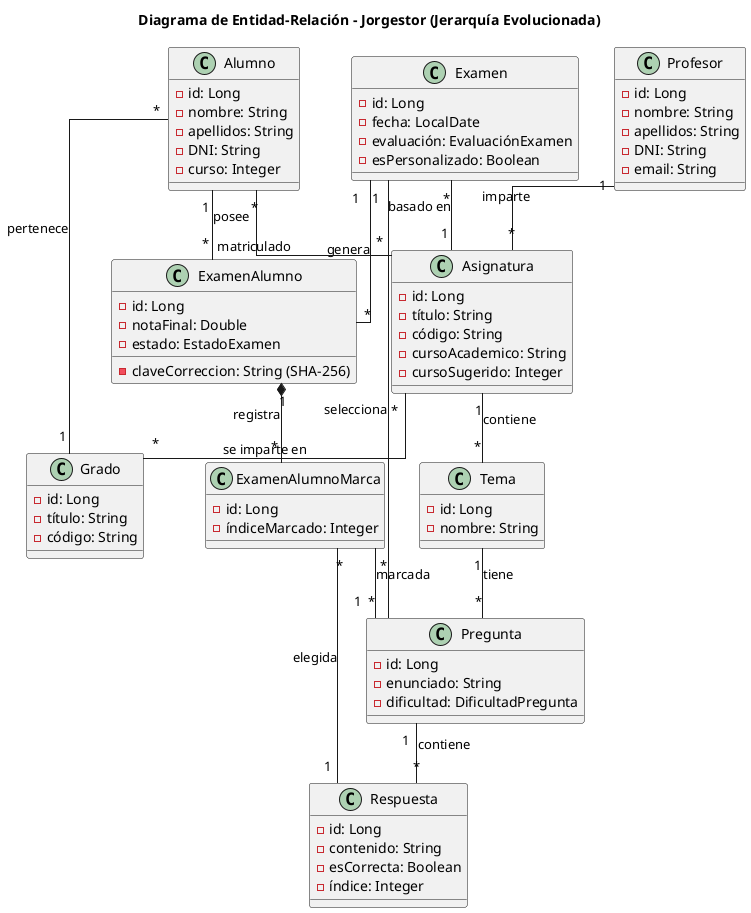
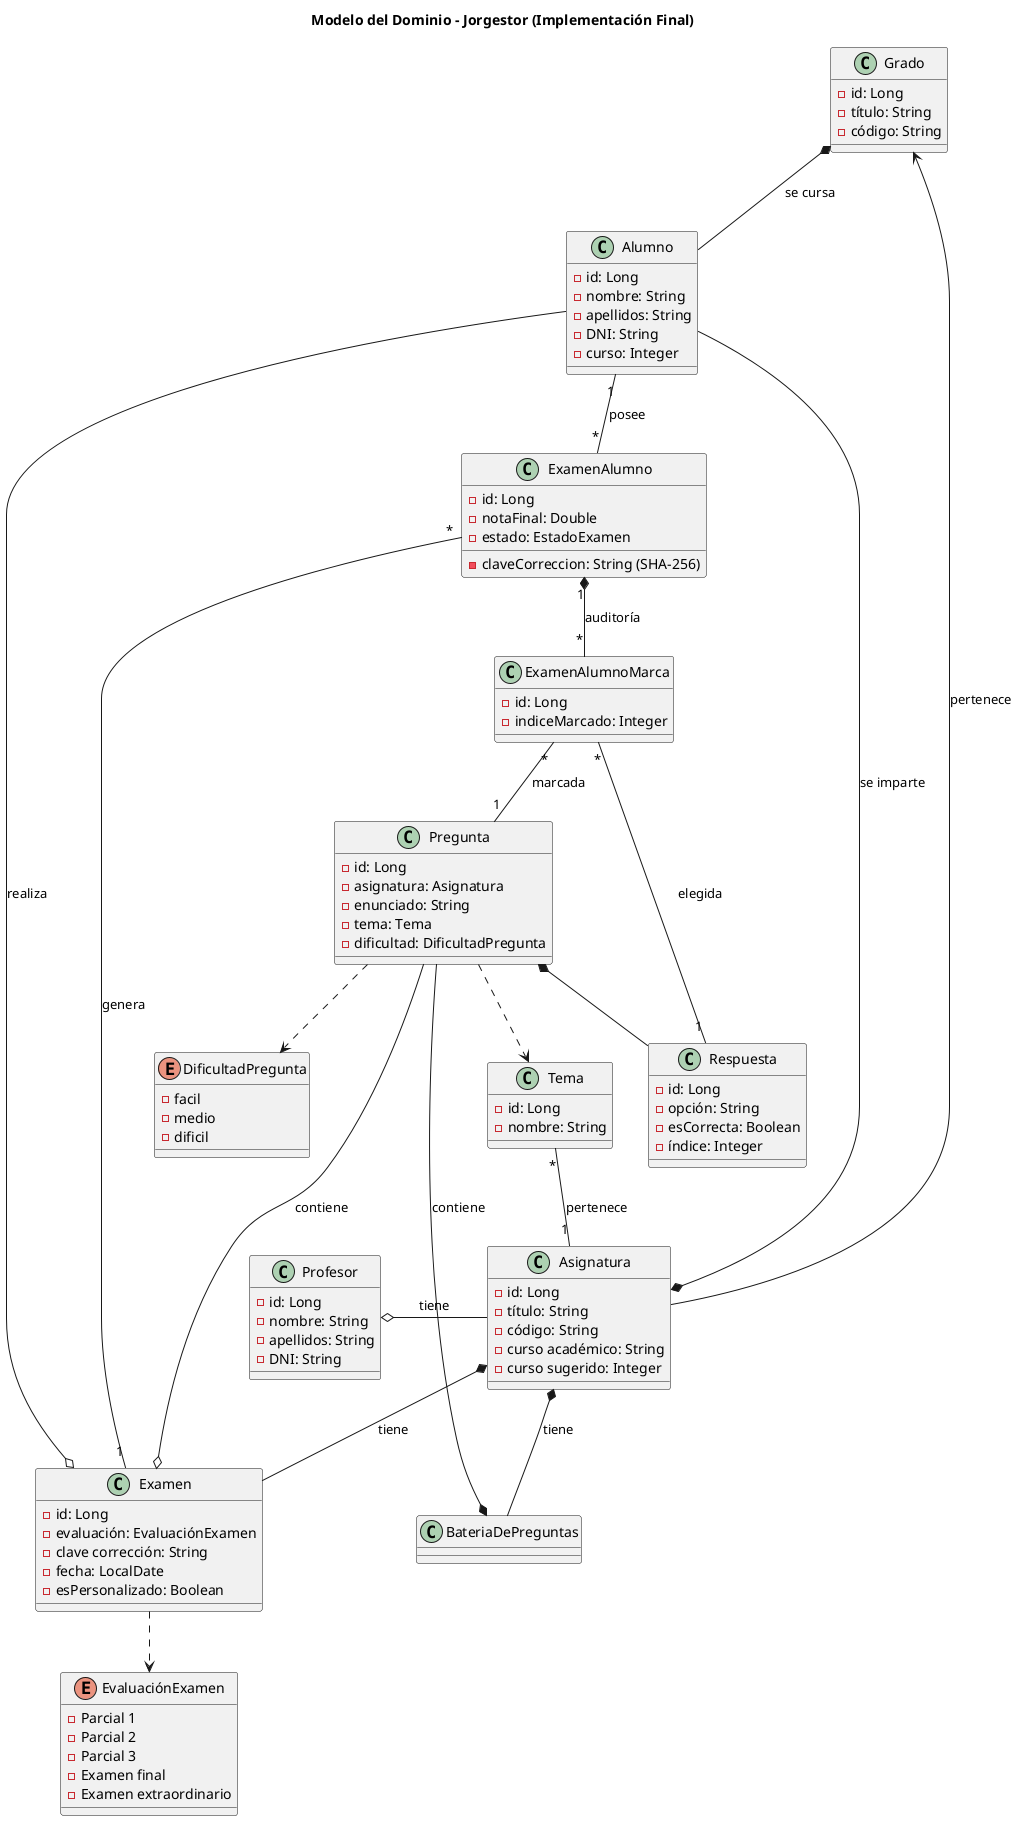
@startuml
- title Diagrama de Entidad-Relación - Jorgestor (Jerarquía Evolucionada)
+ title Modelo del Dominio - Jorgestor (Implementación Final)

- ' Forzar disposición vertical de arriba a abajo
- top to bottom direction
- skinparam linetype ortho
+ ' Restauramos la estética plana/orgánica del original que te gustaba

- ' --- NIVEL 1: CIMIENTOS (LOS MAESTROS) ---
- class Grado {
-   -id: Long
-   -título: String
-   -código: String
+ class Examen{
+  -id: Long
+  -evaluación: EvaluaciónExamen
+  -clave corrección: String
+  -fecha: LocalDate
+  -esPersonalizado: Boolean
}

- class Profesor {
-   -id: Long
-   -nombre: String
-   -apellidos: String
-   -DNI: String
-   -email: String
+ class Asignatura{
+  -id: Long
+  -título: String
+  -código: String
+  -curso académico: String
+  -curso sugerido: Integer
}

- ' --- NIVEL 2: DEFINICIÓN ACADÉMICA ---
- class Asignatura {
-   -id: Long
-   -título: String
-   -código: String
-   -cursoAcademico: String
-   -cursoSugerido: Integer
+ class Pregunta{
+  -id: Long
+  -asignatura: Asignatura
+  -enunciado: String
+  -tema: Tema
+  -dificultad: DificultadPregunta
}

- ' --- NIVEL 3: RECURSOS (LA BATERÍA) ---
- class Tema {
-   -id: Long
-   -nombre: String
+ class BateriaDePreguntas{
}

- class Pregunta {
-   -id: Long
-   -enunciado: String
-   -dificultad: DificultadPregunta
+ class Grado{
+  -id: Long
+  -título: String
+  -código: String
}

- class Respuesta {
-   -id: Long
-   -contenido: String
-   -esCorrecta: Boolean
-   -índice: Integer
+ class Profesor{
+  -id: Long
+  -nombre: String
+  -apellidos: String
+  -DNI: String
}

- ' --- NIVEL 4: OPERACIÓN (EL MODELO) ---
- class Examen {
-   -id: Long
-   -fecha: LocalDate
-   -evaluación: EvaluaciónExamen
-   -esPersonalizado: Boolean
+ class Alumno{
+  -id: Long
+  -nombre: String
+  -apellidos: String
+  -DNI: String
+  -curso: Integer
}

- ' --- NIVEL 5: EJECUCIÓN (EL EJEMPLAR) ---
- class Alumno {
-   -id: Long
-   -nombre: String
-   -apellidos: String
-   -DNI: String
-   -curso: Integer
+ enum EvaluaciónExamen{
+  -Parcial 1
+  -Parcial 2
+  -Parcial 3
+  -Examen final
+  -Examen extraordinario
+ }
+ 
+ enum DificultadPregunta{
+  -facil
+  -medio
+  -dificil
+ }
+ 
+ class Respuesta{
+  -id: Long
+  -opción: String
+  -esCorrecta: Boolean
+  -índice: Integer
+ }
+ 
+ class Tema{
+  -id: Long
+  -nombre: String
}

class ExamenAlumno {
-   -id: Long
-   -claveCorreccion: String (SHA-256)
-   -notaFinal: Double
-   -estado: EstadoExamen
+  -id: Long
+  -claveCorreccion: String (SHA-256)
+  -notaFinal: Double
+  -estado: EstadoExamen
}

class ExamenAlumnoMarca {
-   -id: Long
-   -índiceMarcado: Integer
+  -id: Long
+  -indiceMarcado: Integer
}

- ' --- RELACIONES JERÁRQUICAS ---
+ ' Relaciones del diagrama original (Baseline) restauradas estéticamente
+ Respuesta -u-* Pregunta
+ Pregunta ..> DificultadPregunta
+ Pregunta -u-o Examen : contiene
+ Pregunta -u-* BateriaDePreguntas : contiene
+ Examen ..> EvaluaciónExamen
+ BateriaDePreguntas -u-* Asignatura : tiene
+ Examen -u-* Asignatura : tiene
+ Profesor o-r- Asignatura : tiene
+ Asignatura --> Grado : pertenece
+ Alumno -u-o Examen : realiza
+ Alumno -u-* Asignatura : se imparte
+ Alumno -u-* Grado : se cursa
+ Pregunta ..> Tema

- ' Nivel 1 -> Nivel 2
- Profesor "1" -- "*" Asignatura : imparte
- Asignatura "*" -- "*" Grado : se imparte en
- 
- ' Nivel 2 -> Nivel 3
- Asignatura "1" -- "*" Tema : contiene
- Tema "1" -- "*" Pregunta : tiene
- Pregunta "1" -- "*" Respuesta : contiene
- 
- ' Nivel 2 -> Nivel 4
- Examen "*" -- "1" Asignatura : basado en
- Examen "1" -- "*" Pregunta : selecciona
- 
- ' Nivel 4 -> Nivel 5 (Instanciación)
+ ' Extensiones integradas orgánicamente
Examen "1" -- "*" ExamenAlumno : genera
Alumno "1" -- "*" ExamenAlumno : posee
- Alumno "*" -- "*" Asignatura : matriculado
- Alumno "*" -- "1" Grado : pertenece
- 
- ' Nivel 5 (Auditoría)
- ExamenAlumno "1" *-- "*" ExamenAlumnoMarca : registra
+ ExamenAlumno "1" *-- "*" ExamenAlumnoMarca : auditoría
ExamenAlumnoMarca "*" -- "1" Pregunta : marcada
ExamenAlumnoMarca "*" -- "1" Respuesta : elegida
+ Tema "*" -- "1" Asignatura : pertenece

@enduml
